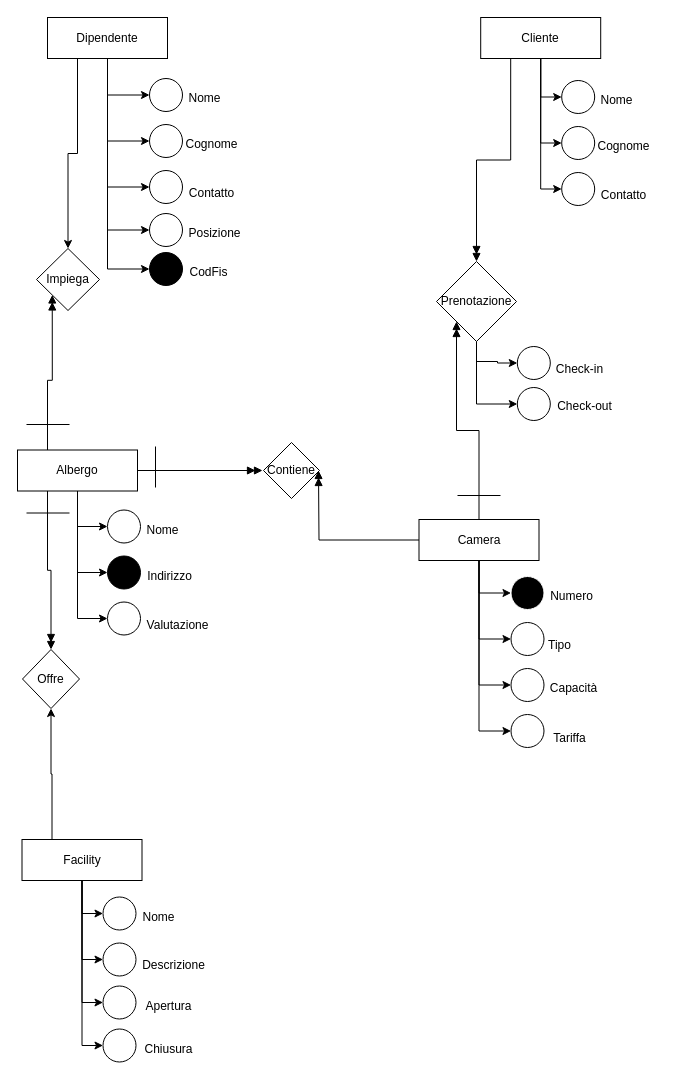
Earlier version of the draw.io diagram Task_Albergo/Diagramma_Albergo.drawio (andreas94ubertini/TasksIeM). Source tidied: cells renumbered, new cells numbered last; positions are measured from the earlier drawing's top-left corner, leaving out a move shared by most shapes. Both pictures are drawn from the tidied source at 100%, with x=0, y=0 at pixel (17, 17).
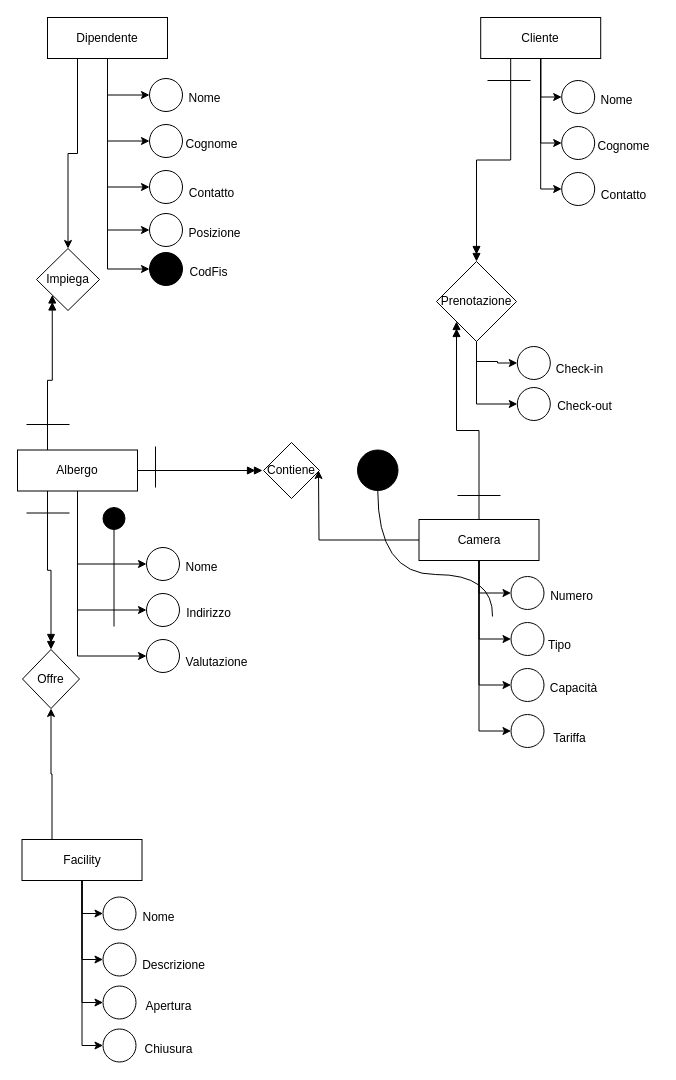
The same page after the edit.

Unchanged cells that the change refers to:
```xml
<mxCell id="14" value="Camera" style="rounded=0;whiteSpace=wrap;html=1;" parent="1" vertex="1">
  <mxGeometry x="401.5" y="502" width="120" height="41" as="geometry" />
</mxCell>
<mxCell id="84" style="ellipse;whiteSpace=wrap;html=1;fillColor=#000000;" parent="1" vertex="1">
  <mxGeometry x="132" y="235" width="33" height="33" as="geometry" />
</mxCell>
```

Diff of the diagram source:
```diff
@@
-    <mxCell id="13" style="edgeStyle=orthogonalEdgeStyle;rounded=0;jettySize=auto;html=1;exitX=0;exitY=0.5;exitDx=0;exitDy=0;entryX=1;entryY=0.5;entryDx=0;entryDy=0;endArrow=doubleBlock;endFill=1;" parent="1" edge="1" source="14">
+    <mxCell id="13" style="edgeStyle=orthogonalEdgeStyle;rounded=0;jettySize=auto;html=1;exitX=0;exitY=0.5;exitDx=0;exitDy=0;entryX=1;entryY=0.5;entryDx=0;entryDy=0;endArrow=classic;endFill=1;" parent="1" edge="1" source="14">
       <mxGeometry relative="1" as="geometry">
         <mxPoint x="301" y="453" as="targetPoint" />
       </mxGeometry>
     </mxCell>
@@
     <mxCell id="33" style="ellipse;whiteSpace=wrap;html=1;" parent="1" vertex="1">
-      <mxGeometry x="90" y="492.5" width="33" height="33" as="geometry" />
+      <mxGeometry x="129" y="530" width="33" height="33" as="geometry" />
     </mxCell>
     <mxCell id="34" value="Nome" style="text;html=1;align=center;verticalAlign=middle;strokeColor=none;fillColor=none;" parent="1" vertex="1">
-      <mxGeometry x="120" y="499.5" width="50" height="26" as="geometry" />
+      <mxGeometry x="159" y="537" width="50" height="26" as="geometry" />
     </mxCell>
-    <mxCell id="35" style="ellipse;whiteSpace=wrap;html=1;fillColor=#000000;" parent="1" vertex="1">
-      <mxGeometry x="90" y="538.5" width="33" height="33" as="geometry" />
+    <mxCell id="35" style="ellipse;whiteSpace=wrap;html=1;fillColor=none;" parent="1" vertex="1">
+      <mxGeometry x="129" y="576" width="33" height="33" as="geometry" />
     </mxCell>
     <mxCell id="36" value="Indirizzo" style="text;html=1;align=center;verticalAlign=middle;strokeColor=none;fillColor=none;" parent="1" vertex="1">
-      <mxGeometry x="120" y="545.5" width="63" height="26" as="geometry" />
+      <mxGeometry x="159" y="583" width="63" height="26" as="geometry" />
     </mxCell>
     <mxCell id="37" style="ellipse;whiteSpace=wrap;html=1;" parent="1" vertex="1">
-      <mxGeometry x="90" y="584.5" width="33" height="33" as="geometry" />
+      <mxGeometry x="129" y="622" width="33" height="33" as="geometry" />
     </mxCell>
     <mxCell id="38" value="Valutazione" style="text;html=1;align=center;verticalAlign=middle;strokeColor=none;fillColor=none;" parent="1" vertex="1">
-      <mxGeometry x="120" y="594.5" width="80" height="26" as="geometry" />
+      <mxGeometry x="159" y="632" width="80" height="26" as="geometry" />
     </mxCell>
-    <mxCell id="39" style="ellipse;whiteSpace=wrap;html=1;fillColor=#000000;strokeColor=#FFFFFF;" parent="1" vertex="1">
+    <mxCell id="39" style="ellipse;whiteSpace=wrap;html=1;fillColor=#FFFFFF;strokeColor=#000000;" parent="1" vertex="1">
       <mxGeometry x="493.5" y="559" width="33" height="33" as="geometry" />
     </mxCell>
@@
+    <mxCell id="86" style="edgeStyle=orthogonalEdgeStyle;rounded=0;jettySize=auto;html=1;endArrow=none;endFill=0;strokeColor=default;curved=1;" parent="1" edge="1" source="87">
+      <mxGeometry relative="1" as="geometry">
+        <mxPoint x="475" y="599" as="targetPoint" />
+        <Array as="points">
+          <mxPoint x="360" y="557" />
+          <mxPoint x="476" y="557" />
+        </Array>
+      </mxGeometry>
+    </mxCell>
+    <mxCell id="87" style="ellipse;whiteSpace=wrap;html=1;fillColor=#000000;" parent="1" vertex="1">
+      <mxGeometry x="340" y="432.5" width="40.5" height="40.5" as="geometry" />
+    </mxCell>
+    <mxCell id="88" style="edgeStyle=orthogonalEdgeStyle;rounded=0;orthogonalLoop=1;jettySize=auto;html=1;exitX=0;exitY=0;exitDx=0;exitDy=0;entryX=0.333;entryY=0.364;entryDx=0;entryDy=0;entryPerimeter=0;" parent="1" edge="1" source="84" target="84">
+      <mxGeometry relative="1" as="geometry" />
+    </mxCell>
+    <mxCell id="89" style="edgeStyle=orthogonalEdgeStyle;rounded=0;jettySize=auto;html=1;endArrow=none;endFill=0;" parent="1" edge="1" source="90">
+      <mxGeometry relative="1" as="geometry">
+        <mxPoint x="96.5" y="609" as="targetPoint" />
+      </mxGeometry>
+    </mxCell>
+    <mxCell id="90" style="ellipse;whiteSpace=wrap;html=1;fillColor=#000000;" parent="1" vertex="1">
+      <mxGeometry x="85.5" y="490" width="22" height="22" as="geometry" />
+    </mxCell>
+    <mxCell id="91" style="endArrow=none;html=1;rounded=0;" parent="1" edge="1">
+      <mxGeometry relative="1" as="geometry">
+        <mxPoint x="470" y="63" as="sourcePoint" />
+        <mxPoint x="513" y="63" as="targetPoint" />
+      </mxGeometry>
+    </mxCell>
```
